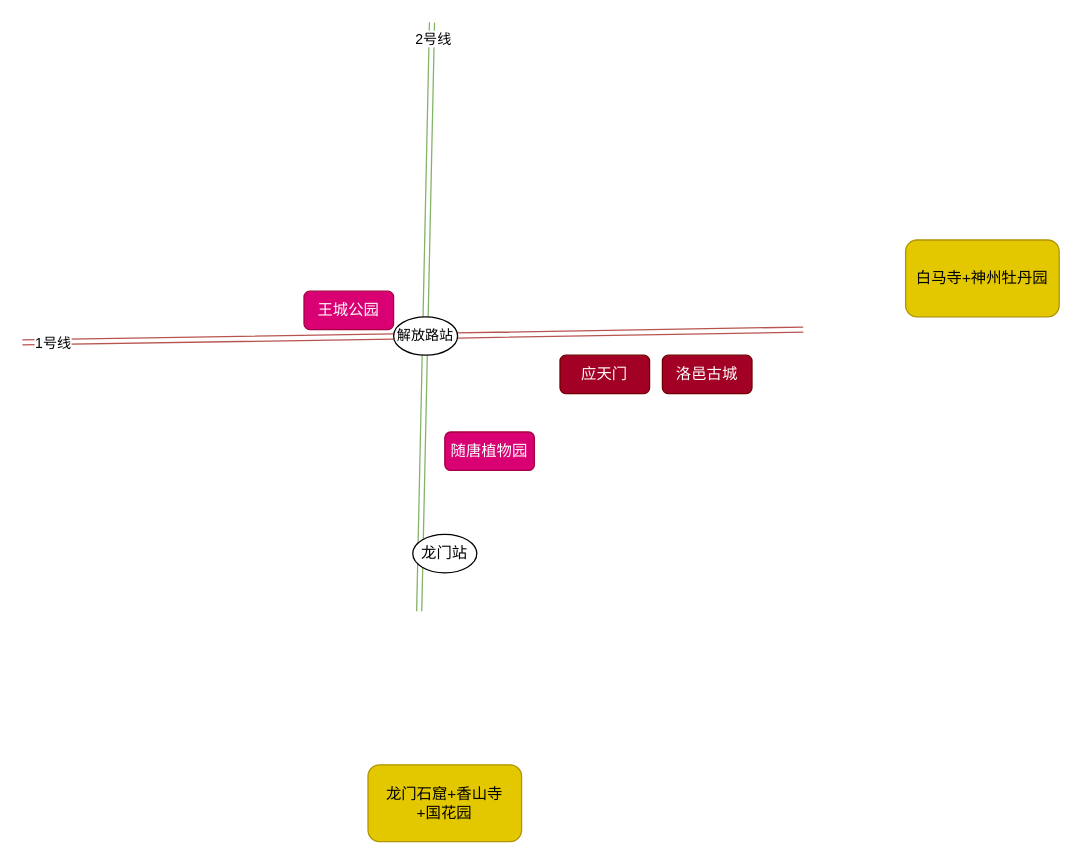
Earlier version of the draw.io diagram disney/洛阳游.drawio (lixyu/draw). Source tidied: cells renumbered, new cells numbered last; positions are measured from the earlier drawing's top-left corner, leaving out a move shared by most shapes. Both pictures are drawn from the tidied source at 128%, with x=0, y=0 at pixel (22, 22).
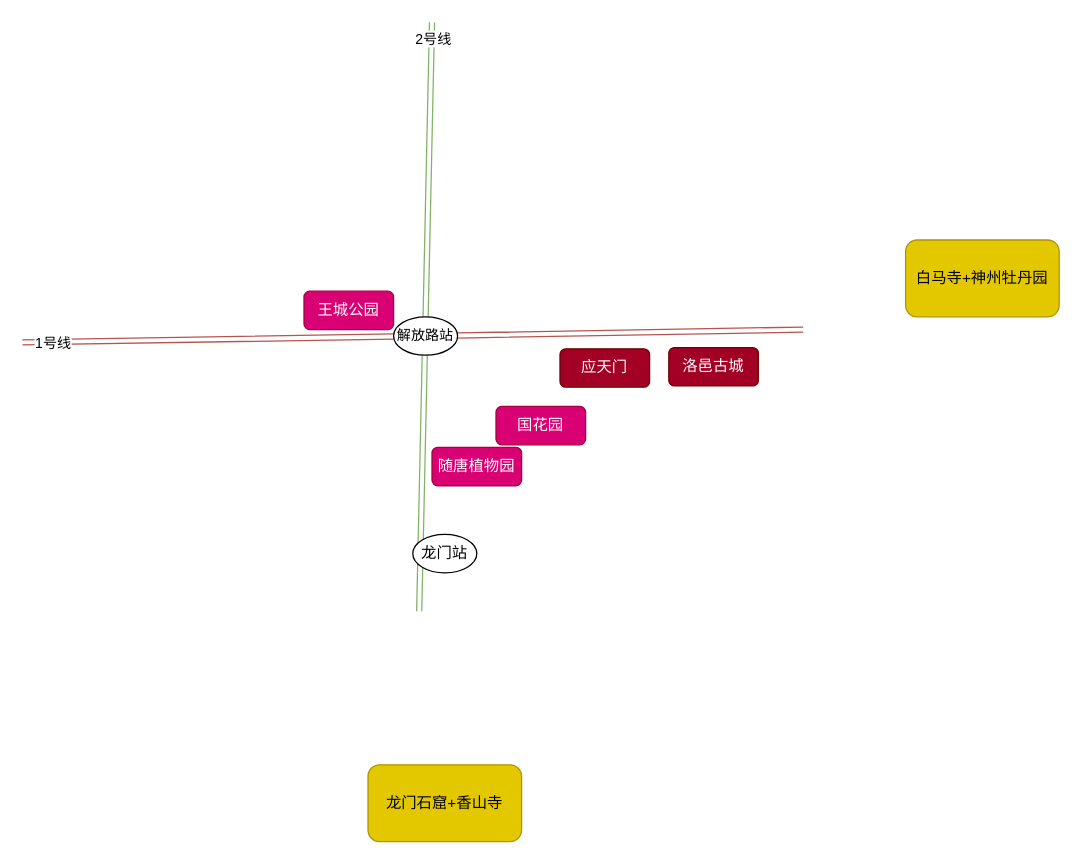
The same diagram, later.

Diff of the diagram source:
```diff
@@
 <mxGraphModel>
   <root>
     <mxCell id="0" />
     <mxCell id="1" parent="0" />
     <mxCell id="2" style="shape=link;html=1;rounded=0;fillColor=#f8cecc;strokeColor=#b85450;" parent="1" edge="1" source="14">
       <mxGeometry relative="1" as="geometry">
         <mxPoint x="610" y="240" as="targetPoint" />
       </mxGeometry>
     </mxCell>
     <mxCell id="3" style="shape=link;html=1;rounded=0;fillColor=#d5e8d4;strokeColor=#82b366;" parent="1" edge="1">
       <mxGeometry relative="1" as="geometry">
         <mxPoint x="320" as="sourcePoint" />
         <mxPoint x="310" y="460" as="targetPoint" />
       </mxGeometry>
     </mxCell>
     <mxCell id="4" value="2号线" style="edgeLabel;html=1;align=center;verticalAlign=middle;" parent="3" vertex="1">
       <mxGeometry x="-0.95" y="1" relative="1" as="geometry" />
     </mxCell>
-    <mxCell id="5" value="龙门石窟+香山寺&lt;br&gt;+国花园" style="rounded=1;whiteSpace=wrap;html=1;fillColor=#e3c800;fontColor=#000000;strokeColor=#B09500;" parent="1" vertex="1">
+    <mxCell id="5" value="龙门石窟+香山寺" style="rounded=1;whiteSpace=wrap;html=1;fillColor=#e3c800;fontColor=#000000;strokeColor=#B09500;" parent="1" vertex="1">
       <mxGeometry x="270" y="580" width="120" height="60" as="geometry" />
     </mxCell>
     <mxCell id="6" value="白马寺+神州牡丹园" style="rounded=1;whiteSpace=wrap;html=1;fillColor=#e3c800;fontColor=#000000;strokeColor=#B09500;" parent="1" vertex="1">
       <mxGeometry x="690" y="170" width="120" height="60" as="geometry" />
     </mxCell>
     <mxCell id="7" value="王城公园" style="rounded=1;whiteSpace=wrap;html=1;fillColor=#d80073;strokeColor=#A50040;fontColor=#ffffff;" parent="1" vertex="1">
       <mxGeometry x="220" y="210" width="70" height="30" as="geometry" />
     </mxCell>
     <mxCell id="8" value="随唐植物园" style="rounded=1;whiteSpace=wrap;html=1;fillColor=#d80073;strokeColor=#A50040;fontColor=#ffffff;" parent="1" vertex="1">
-      <mxGeometry x="330" y="320" width="70" height="30" as="geometry" />
+      <mxGeometry x="320" y="332" width="70" height="30" as="geometry" />
     </mxCell>
     <mxCell id="9" value="应天门" style="rounded=1;whiteSpace=wrap;html=1;fillColor=#a20025;fontColor=#ffffff;strokeColor=#6F0000;" parent="1" vertex="1">
-      <mxGeometry x="420" y="260" width="70" height="30" as="geometry" />
+      <mxGeometry x="420" y="255" width="70" height="30" as="geometry" />
     </mxCell>
     <mxCell id="10" value="洛邑古城" style="rounded=1;whiteSpace=wrap;html=1;fillColor=#a20025;fontColor=#ffffff;strokeColor=#6F0000;" parent="1" vertex="1">
-      <mxGeometry x="500" y="260" width="70" height="30" as="geometry" />
+      <mxGeometry x="505" y="254" width="70" height="30" as="geometry" />
     </mxCell>
     <mxCell id="11" value="龙门站" style="ellipse;whiteSpace=wrap;html=1;" parent="1" vertex="1">
       <mxGeometry x="305" y="400" width="50" height="30" as="geometry" />
     </mxCell>
     <mxCell id="12" style="shape=link;html=1;rounded=0;fillColor=#f8cecc;strokeColor=#b85450;" parent="1" edge="1" target="14">
       <mxGeometry relative="1" as="geometry">
         <mxPoint y="250" as="sourcePoint" />
       </mxGeometry>
     </mxCell>
     <mxCell id="13" value="1号线" style="edgeLabel;html=1;align=center;verticalAlign=middle;" parent="12" vertex="1">
       <mxGeometry x="-0.84" y="-1" relative="1" as="geometry" />
     </mxCell>
     <mxCell id="14" value="&lt;span style=&quot;font-size: 11px; text-wrap-mode: nowrap; background-color: rgb(255, 255, 255);&quot;&gt;解放路站&lt;/span&gt;" style="ellipse;whiteSpace=wrap;html=1;" parent="1" vertex="1">
       <mxGeometry x="290" y="230" width="50" height="30" as="geometry" />
     </mxCell>
+    <mxCell id="15" value="国花园" style="rounded=1;whiteSpace=wrap;html=1;fillColor=#d80073;strokeColor=#A50040;fontColor=#ffffff;" parent="1" vertex="1">
+      <mxGeometry x="370" y="300" width="70" height="30" as="geometry" />
+    </mxCell>
   </root>
 </mxGraphModel>
```
